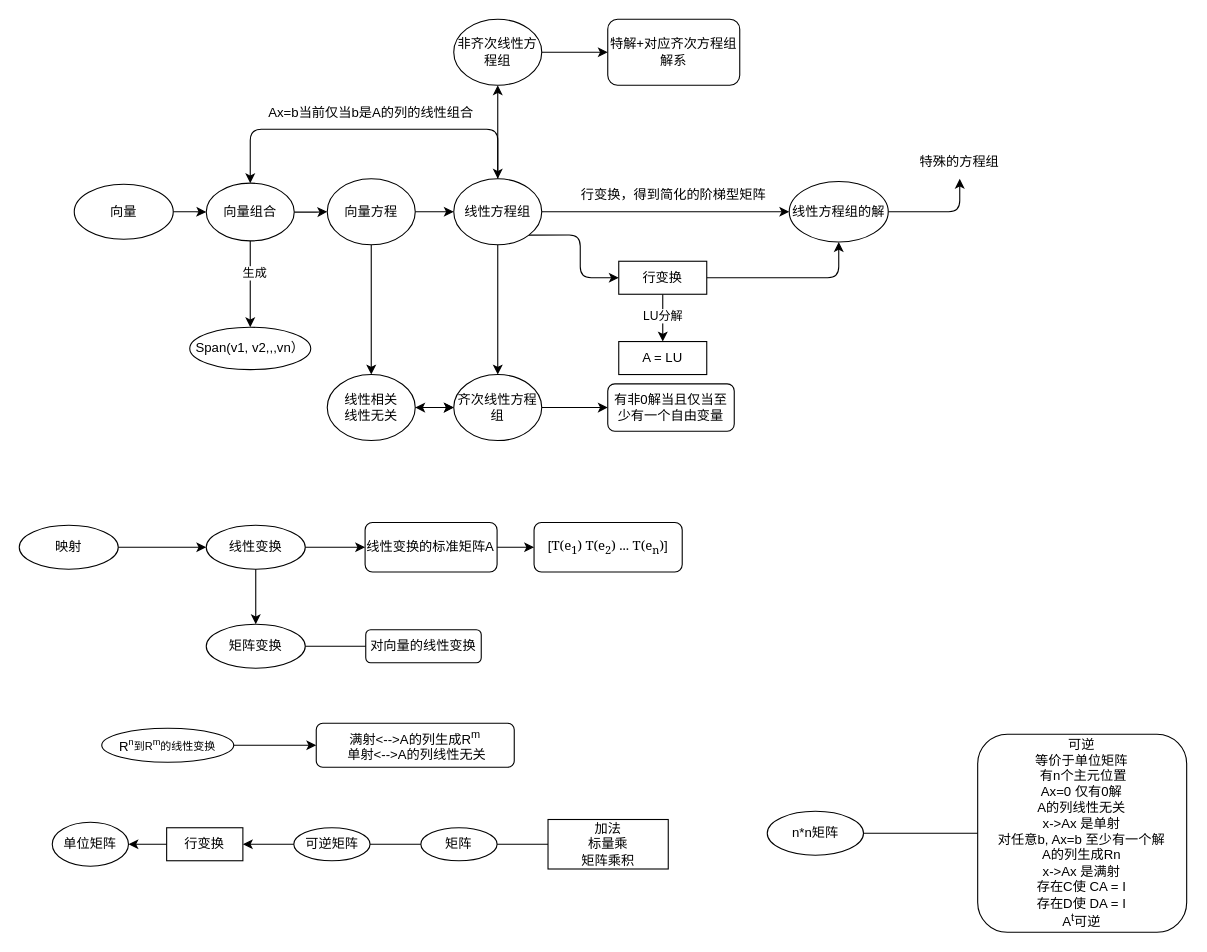
haithink/diagrams keeps this draw.io diagram as 线性代数.drawio. Above is the earlier version. Source tidied: cells renumbered, new cells numbered last; positions are measured from the earlier drawing's top-left corner, leaving out a move shared by most shapes. Both pictures are drawn from the tidied source at 110%, with x=0, y=0 at pixel (19, 19).
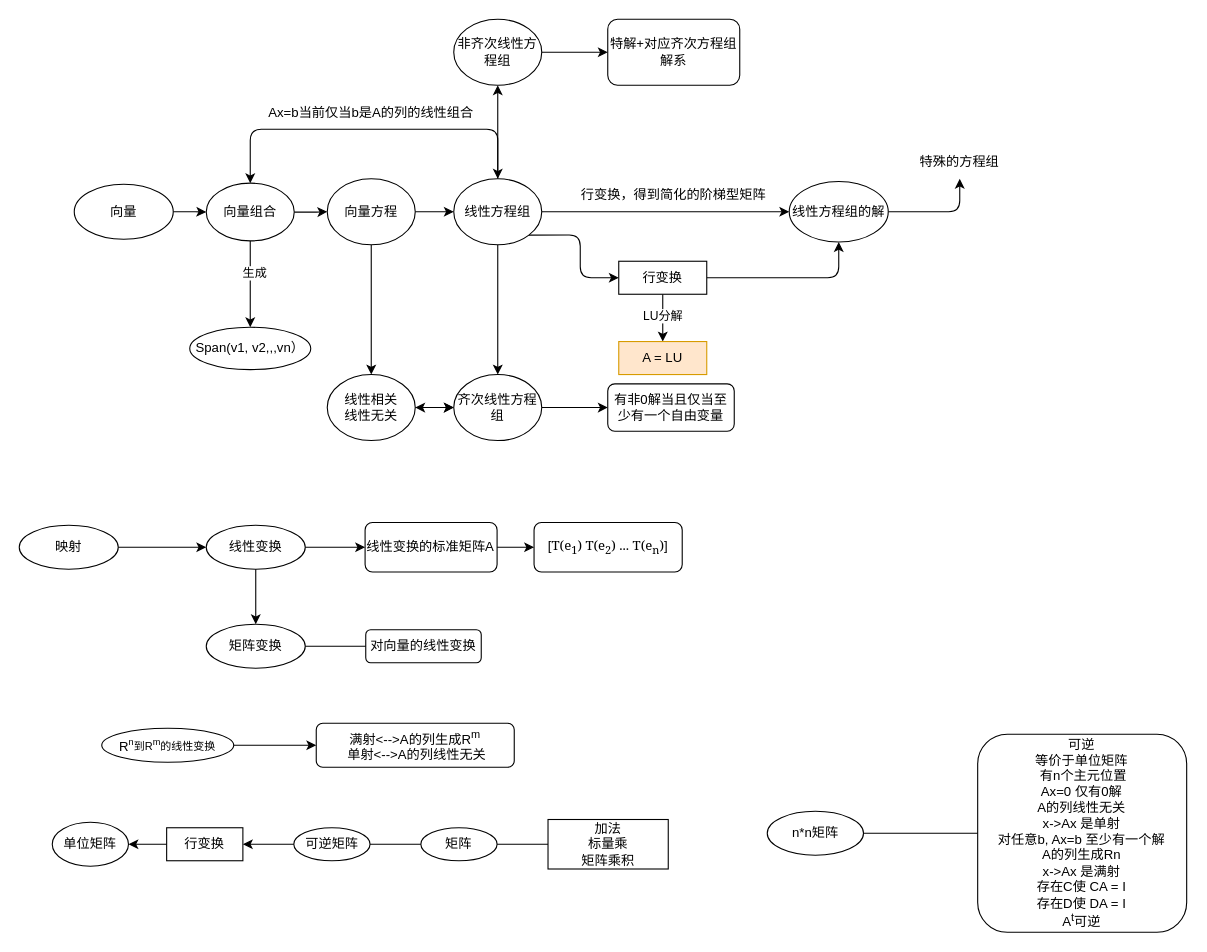
After the change.

Commit message:
更新线性代数.drawio

Diff of the diagram source:
```diff
@@
-    <mxCell id="63" value="A = LU" style="rounded=0;whiteSpace=wrap;html=1;" parent="1" vertex="1">
+    <mxCell id="63" value="A = LU" style="rounded=0;whiteSpace=wrap;html=1;fillColor=#ffe6cc;strokeColor=#d79b00;" parent="1" vertex="1">
       <mxGeometry x="545" y="293" width="80" height="30" as="geometry" />
     </mxCell>
```
